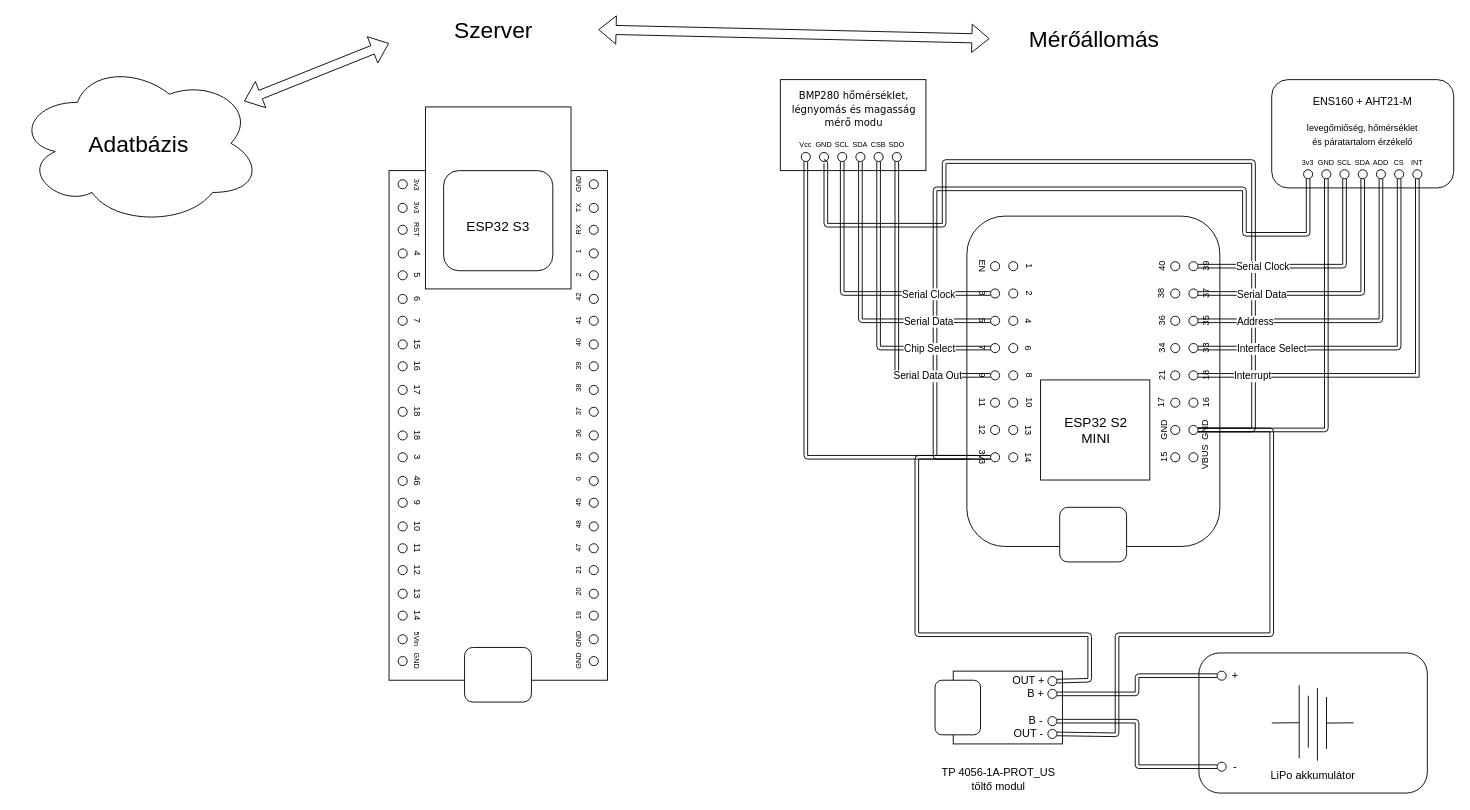
This is hardware/System Architecture.drawio from Turboblider55/Miniature_Weather_Station, a draw.io file, before an edit. Source tidied: cells renumbered, new cells numbered last; positions are measured from the earlier drawing's top-left corner, leaving out a move shared by most shapes. Both pictures are drawn from the tidied source at 91%, with x=0, y=0 at pixel (15, 15).
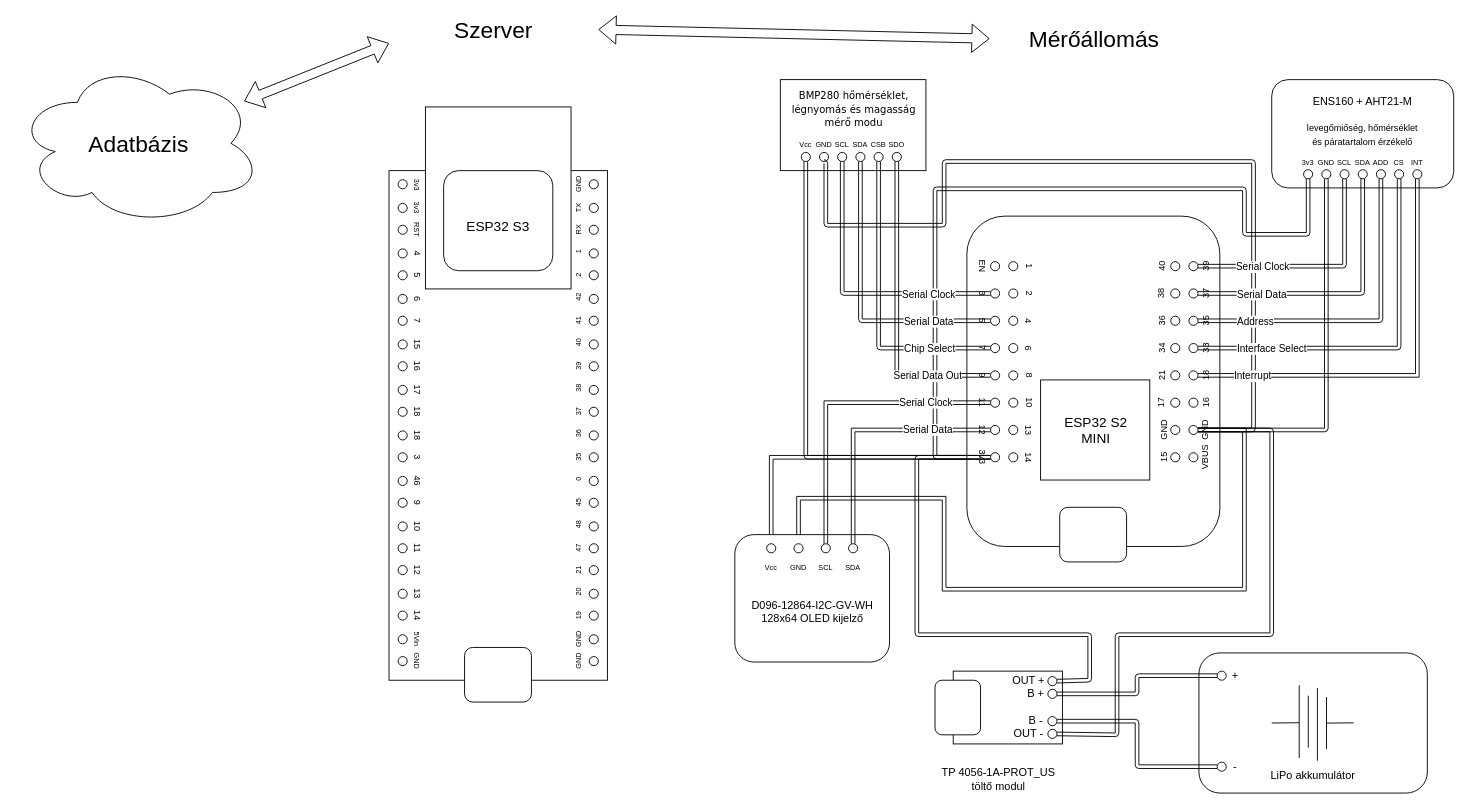
After the change.

Commit message (it also covers changes not shown here):
Arhitektúra módosítás, kijelző hozzáadása a rajzhoz

The change refers to these unchanged cells:
```xml
<mxCell id="150" style="ellipse;whiteSpace=wrap;html=1;" parent="108" vertex="1">
  <mxGeometry x="26" y="200" width="10" height="10" as="geometry" />
</mxCell>
<mxCell id="151" style="ellipse;whiteSpace=wrap;html=1;" parent="108" vertex="1">
  <mxGeometry x="26" y="230" width="10" height="10" as="geometry" />
</mxCell>
<mxCell id="152" style="ellipse;whiteSpace=wrap;html=1;" parent="108" vertex="1">
  <mxGeometry x="26" y="260" width="10" height="10" as="geometry" />
</mxCell>
<mxCell id="175" style="ellipse;whiteSpace=wrap;html=1;" parent="108" vertex="1">
  <mxGeometry x="244" y="230" width="10" height="10" as="geometry" />
</mxCell>
```

What changed in the source:
```diff
@@
+    <mxCell id="254" style="edgeStyle=orthogonalEdgeStyle;rounded=0;jettySize=auto;html=1;entryX=1;entryY=0.5;entryDx=0;entryDy=0;shape=link;" parent="1" edge="1" source="259" target="175">
+      <mxGeometry relative="1" as="geometry">
+        <Array as="points">
+          <mxPoint x="860" y="530" />
+          <mxPoint x="1020" y="530" />
+          <mxPoint x="1020" y="630" />
+          <mxPoint x="1350" y="630" />
+          <mxPoint x="1350" y="455" />
+        </Array>
+      </mxGeometry>
+    </mxCell>
+    <mxCell id="255" style="edgeStyle=orthogonalEdgeStyle;rounded=0;jettySize=auto;html=1;entryX=0.5;entryY=0;entryDx=0;entryDy=0;shape=link;strokeColor=light-dark(#000000,#FF0000);" parent="1" edge="1" source="152" target="258">
+      <mxGeometry relative="1" as="geometry" />
+    </mxCell>
+    <mxCell id="256" style="group;" parent="1" vertex="1">
+      <mxGeometry x="790" y="570" width="170" height="140" as="geometry" />
+    </mxCell>
+    <mxCell id="257" style="rounded=1;whiteSpace=wrap;html=1;" parent="256" vertex="1">
+      <mxGeometry width="170" height="140" as="geometry" />
+    </mxCell>
+    <mxCell id="258" style="ellipse;whiteSpace=wrap;html=1;" parent="256" vertex="1">
+      <mxGeometry x="35" y="10" width="10" height="10" as="geometry" />
+    </mxCell>
+    <mxCell id="259" style="ellipse;whiteSpace=wrap;html=1;" parent="256" vertex="1">
+      <mxGeometry x="65" y="10" width="10" height="10" as="geometry" />
+    </mxCell>
+    <mxCell id="260" style="ellipse;whiteSpace=wrap;html=1;" parent="256" vertex="1">
+      <mxGeometry x="95" y="10" width="10" height="10" as="geometry" />
+    </mxCell>
+    <mxCell id="261" style="ellipse;whiteSpace=wrap;html=1;" parent="256" vertex="1">
+      <mxGeometry x="125" y="10" width="10" height="10" as="geometry" />
+    </mxCell>
+    <mxCell id="262" value="&lt;font style=&quot;font-size: 8px;&quot;&gt;Vcc&lt;/font&gt;" style="text;html=1;whiteSpace=wrap;strokeColor=none;fillColor=none;align=center;verticalAlign=middle;rounded=0;horizontal=1;rotation=0;" parent="256" vertex="1">
+      <mxGeometry x="12" y="20" width="56" height="30" as="geometry" />
+    </mxCell>
+    <mxCell id="263" value="&lt;font style=&quot;font-size: 8px;&quot;&gt;GND&lt;/font&gt;" style="text;html=1;whiteSpace=wrap;strokeColor=none;fillColor=none;align=center;verticalAlign=middle;rounded=0;horizontal=1;rotation=0;" parent="256" vertex="1">
+      <mxGeometry x="42" y="20" width="56" height="30" as="geometry" />
+    </mxCell>
+    <mxCell id="264" value="&lt;font style=&quot;font-size: 8px;&quot;&gt;SCL&lt;/font&gt;" style="text;html=1;whiteSpace=wrap;strokeColor=none;fillColor=none;align=center;verticalAlign=middle;rounded=0;horizontal=1;rotation=0;" parent="256" vertex="1">
+      <mxGeometry x="72" y="20" width="56" height="30" as="geometry" />
+    </mxCell>
+    <mxCell id="265" value="&lt;font style=&quot;font-size: 8px;&quot;&gt;SDA&lt;/font&gt;" style="text;html=1;whiteSpace=wrap;strokeColor=none;fillColor=none;align=center;verticalAlign=middle;rounded=0;horizontal=1;rotation=0;" parent="256" vertex="1">
+      <mxGeometry x="102" y="20" width="56" height="30" as="geometry" />
+    </mxCell>
+    <mxCell id="266" value="D096-12864-I2C-GV-WH&lt;div&gt;128x64 OLED kijelző&lt;/div&gt;" style="text;html=1;whiteSpace=wrap;strokeColor=none;fillColor=none;align=center;verticalAlign=middle;rounded=0;" parent="256" vertex="1">
+      <mxGeometry x="16.5" y="70" width="137" height="30" as="geometry" />
+    </mxCell>
+    <mxCell id="267" style="edgeStyle=orthogonalEdgeStyle;rounded=0;jettySize=auto;html=1;entryX=0;entryY=0.5;entryDx=0;entryDy=0;strokeColor=light-dark(#000000,#009999);shape=link;" parent="1" edge="1" source="260" target="150">
+      <mxGeometry relative="1" as="geometry">
+        <Array as="points">
+          <mxPoint x="890" y="425" />
+        </Array>
+      </mxGeometry>
+    </mxCell>
+    <mxCell id="268" value="Serial Clock" style="edgeLabel;html=1;align=center;verticalAlign=middle;" parent="267" vertex="1">
+      <mxGeometry x="0.57" y="1" relative="1" as="geometry" />
+    </mxCell>
+    <mxCell id="269" style="edgeStyle=orthogonalEdgeStyle;rounded=0;jettySize=auto;html=1;entryX=0;entryY=0.5;entryDx=0;entryDy=0;strokeColor=light-dark(#000000,#00CCCC);shape=link;" parent="1" edge="1" source="261" target="151">
+      <mxGeometry relative="1" as="geometry">
+        <Array as="points">
+          <mxPoint x="920" y="455" />
+        </Array>
+      </mxGeometry>
+    </mxCell>
+    <mxCell id="270" value="Serial Data" style="edgeLabel;html=1;align=center;verticalAlign=middle;" parent="269" vertex="1">
+      <mxGeometry x="0.49" y="1" relative="1" as="geometry" />
+    </mxCell>
```
